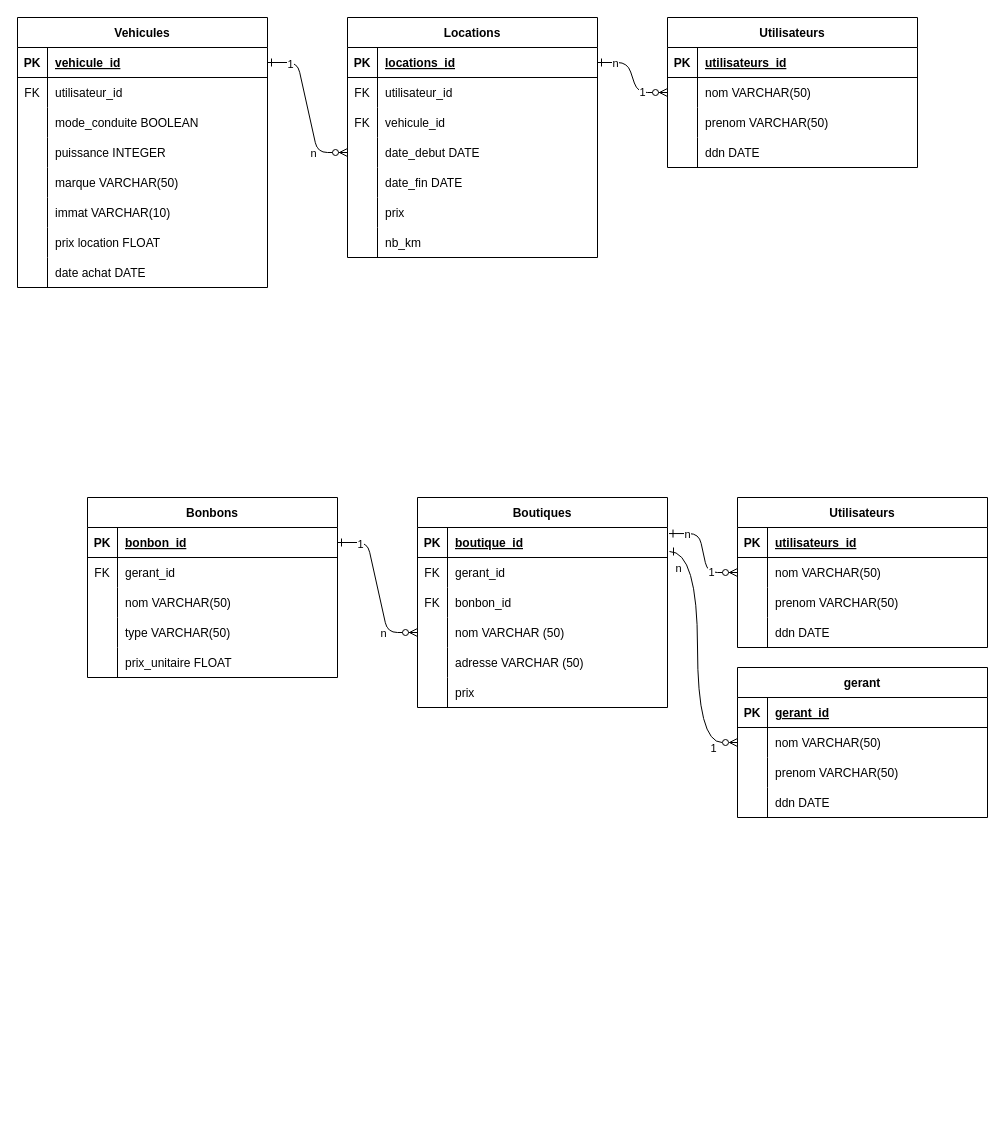
Earlier version of the draw.io diagram Diagramme sans nom.drawio (PingouinTrash/SAE-203-GitHub). Source tidied: cells renumbered, new cells numbered last; positions are measured from the earlier drawing's top-left corner, leaving out a move shared by most shapes. Both pictures are drawn from the tidied source at 100%, with x=0, y=0 at pixel (17, 17).
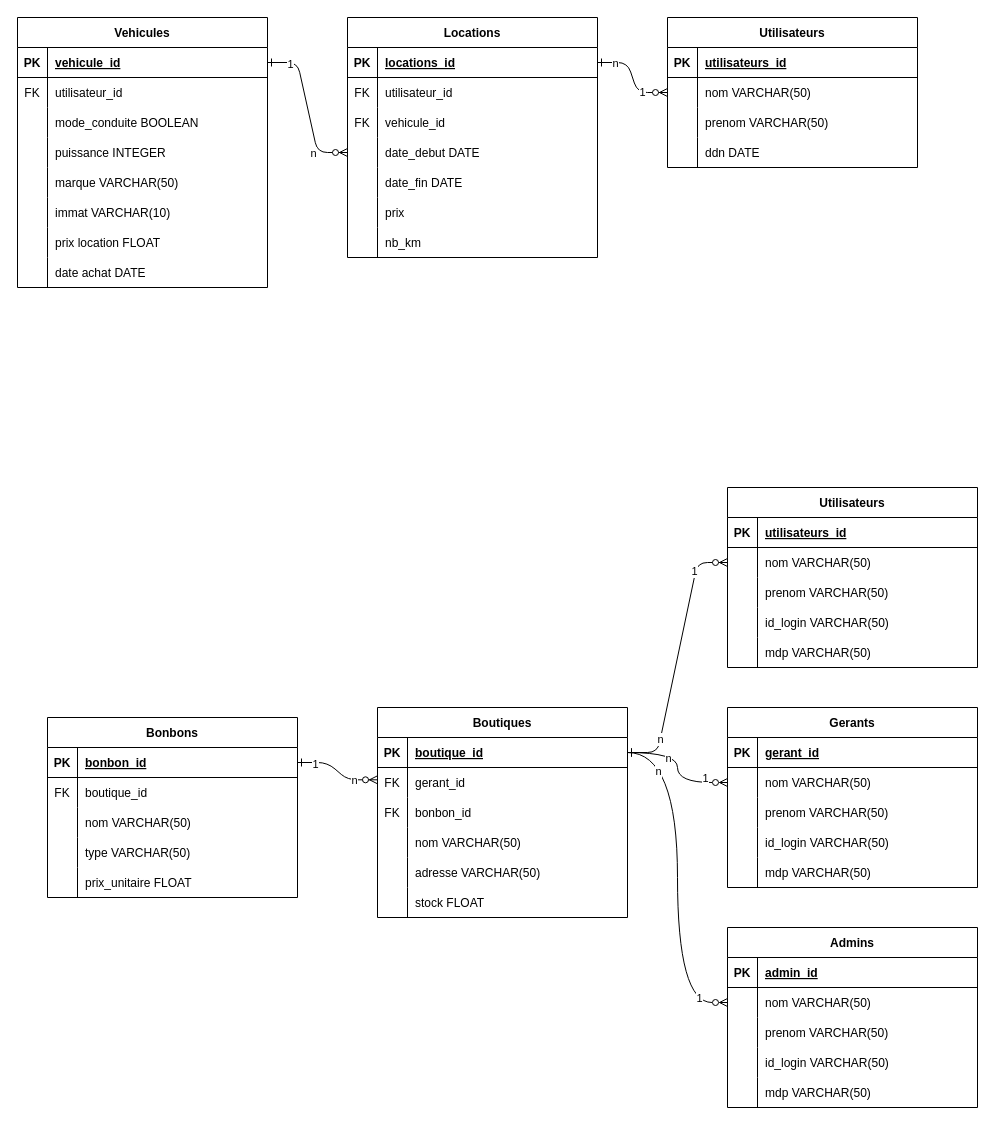
After the change.

Commit message:
Mettre à jour Diagramme sans nom.drawio

Unchanged cells that the change refers to:
```xml
<mxCell id="88" style="shape=partialRectangle;fillColor=none;points=[[0,0.5],[1,0.5]];portConstraint=eastwest;top=0;left=0;right=0;bottom=1;" parent="87" vertex="1">
  <mxGeometry y="30" width="250" height="30" as="geometry" />
</mxCell>
<mxCell id="91" style="shape=partialRectangle;fillColor=none;points=[[0,0.5],[1,0.5]];portConstraint=eastwest;top=0;left=0;right=0;bottom=0;" parent="87" vertex="1">
  <mxGeometry y="60" width="250" height="30" as="geometry" />
</mxCell>
<mxCell id="97" style="shape=partialRectangle;fillColor=none;points=[[0,0.5],[1,0.5]];portConstraint=eastwest;top=0;left=0;right=0;bottom=0;" parent="87" vertex="1">
  <mxGeometry y="120" width="250" height="30" as="geometry" />
</mxCell>
<mxCell id="100" style="shape=partialRectangle;fillColor=none;top=0;left=0;right=0;bottom=0;" parent="87" vertex="1">
  <mxGeometry y="150" width="250" height="30" as="geometry" />
</mxCell>
<mxCell id="103" style="shape=partialRectangle;fillColor=none;top=0;left=0;right=0;bottom=0;" parent="87" vertex="1">
  <mxGeometry y="180" width="250" height="30" as="geometry" />
</mxCell>
<mxCell id="107" style="shape=partialRectangle;fillColor=none;points=[[0,0.5],[1,0.5]];portConstraint=eastwest;top=0;left=0;right=0;bottom=1;" parent="106" vertex="1">
  <mxGeometry y="30" width="250" height="30" as="geometry" />
</mxCell>
<mxCell id="110" style="shape=partialRectangle;fillColor=none;top=0;left=0;right=0;bottom=0;" parent="106" vertex="1">
  <mxGeometry y="60" width="250" height="30" as="geometry" />
</mxCell>
<mxCell id="127" style="shape=partialRectangle;fillColor=none;points=[[0,0.5],[1,0.5]];portConstraint=eastwest;top=0;left=0;right=0;bottom=0;" parent="123" vertex="1">
  <mxGeometry y="60" width="250" height="30" as="geometry" />
</mxCell>
```

Change to the diagram source:
```diff
@@
-    <mxCell id="68" style="edgeStyle=entityRelationEdgeStyle;endArrow=ERzeroToMany;startArrow=ERone;endFill=1;startFill=0;exitX=1.006;exitY=0.202;exitDx=0;exitDy=0;entryX=0;entryY=0.5;entryDx=0;entryDy=0;exitPerimeter=0;" parent="1" edge="1" source="88" target="78">
+    <mxCell id="68" style="edgeStyle=entityRelationEdgeStyle;endArrow=ERzeroToMany;startArrow=ERone;endFill=1;startFill=0;entryX=0;entryY=0.5;entryDx=0;entryDy=0;exitX=1;exitY=0.5;exitDx=0;exitDy=0;" parent="1" edge="1" source="88" target="139">
       <mxGeometry relative="1" as="geometry" />
     </mxCell>
-    <mxCell id="69" value="n" style="edgeLabel;html=1;align=center;verticalAlign=middle;" parent="68" vertex="1">
-      <mxGeometry x="-0.82" relative="1" as="geometry">
-        <mxPoint x="9" as="offset" />
-      </mxGeometry>
-    </mxCell>
     <mxCell id="70" value="1" style="edgeLabel;html=1;align=center;verticalAlign=middle;" parent="68" vertex="1">
       <mxGeometry x="0.69" y="1" relative="1" as="geometry">
-        <mxPoint x="-11" as="offset" />
+        <mxPoint x="-1" as="offset" />
       </mxGeometry>
     </mxCell>
+    <mxCell id="138" value="n" style="edgeLabel;html=1;align=center;verticalAlign=middle;" parent="68" vertex="1">
+      <mxGeometry x="-0.65" relative="1" as="geometry" />
+    </mxCell>
-    <mxCell id="71" style="edgeStyle=entityRelationEdgeStyle;endArrow=ERzeroToMany;startArrow=ERone;endFill=1;startFill=0;exitX=1;exitY=0.5;exitDx=0;exitDy=0;" parent="1" edge="1" source="107" target="97">
+    <mxCell id="71" style="edgeStyle=entityRelationEdgeStyle;endArrow=ERzeroToMany;startArrow=ERone;endFill=1;startFill=0;exitX=1;exitY=0.5;exitDx=0;exitDy=0;entryX=0;entryY=0.41;entryDx=0;entryDy=0;entryPerimeter=0;" parent="1" edge="1" source="107" target="91">
       <mxGeometry relative="1" as="geometry" />
     </mxCell>
@@
     <mxCell id="74" value="Utilisateurs" style="shape=table;startSize=30;childLayout=tableLayout;rowLines=0;fontStyle=1;align=center;" parent="1" vertex="1">
-      <mxGeometry x="720" y="480" width="250" height="150" as="geometry" />
+      <mxGeometry x="710" y="470" width="250" height="180" as="geometry" />
     </mxCell>
@@
-    <mxCell id="78" style="shape=partialRectangle;fillColor=none;points=[[0,0.5],[1,0.5]];portConstraint=eastwest;top=0;left=0;right=0;bottom=0;" parent="74" vertex="1">
-      <mxGeometry y="60" width="250" height="30" as="geometry" />
-    </mxCell>
-    <mxCell id="79" style="shape=partialRectangle;overflow=hidden;fillColor=none;top=0;left=0;bottom=0;right=0;" parent="78" vertex="1">
-      <mxGeometry width="30" height="30" as="geometry" />
-    </mxCell>
-    <mxCell id="80" value="nom VARCHAR(50)" style="shape=partialRectangle;overflow=hidden;fillColor=none;top=0;left=0;bottom=0;right=0;align=left;spacingLeft=6;" parent="78" vertex="1">
-      <mxGeometry x="30" width="220" height="30" as="geometry" />
-    </mxCell>
+    <mxCell id="139" style="shape=partialRectangle;fillColor=none;points=[[0,0.5],[1,0.5]];portConstraint=eastwest;top=0;left=0;right=0;bottom=0;" parent="74" vertex="1">
+      <mxGeometry y="60" width="250" height="30" as="geometry" />
+    </mxCell>
+    <mxCell id="140" style="shape=partialRectangle;overflow=hidden;fillColor=none;top=0;left=0;bottom=0;right=0;" parent="139" vertex="1">
+      <mxGeometry width="30" height="30" as="geometry" />
+    </mxCell>
+    <mxCell id="141" value="nom VARCHAR(50)" style="shape=partialRectangle;overflow=hidden;fillColor=none;top=0;left=0;bottom=0;right=0;align=left;spacingLeft=6;" parent="139" vertex="1">
+      <mxGeometry x="30" width="220" height="30" as="geometry" />
+    </mxCell>
@@
-    <mxCell id="84" style="shape=partialRectangle;fillColor=none;top=0;left=0;right=0;bottom=0;" parent="74" vertex="1">
-      <mxGeometry y="120" width="250" height="30" as="geometry" />
-    </mxCell>
-    <mxCell id="85" style="shape=partialRectangle;overflow=hidden;fillColor=none;top=0;left=0;bottom=0;right=0;" parent="84" vertex="1">
-      <mxGeometry width="30" height="30" as="geometry" />
-    </mxCell>
-    <mxCell id="86" value="ddn DATE" style="shape=partialRectangle;overflow=hidden;fillColor=none;top=0;left=0;bottom=0;right=0;align=left;spacingLeft=6;" parent="84" vertex="1">
-      <mxGeometry x="30" width="220" height="30" as="geometry" />
-    </mxCell>
+    <mxCell id="142" style="shape=partialRectangle;fillColor=none;top=0;left=0;right=0;bottom=0;" parent="74" vertex="1">
+      <mxGeometry y="120" width="250" height="30" as="geometry" />
+    </mxCell>
+    <mxCell id="143" style="shape=partialRectangle;overflow=hidden;fillColor=none;top=0;left=0;bottom=0;right=0;" parent="142" vertex="1">
+      <mxGeometry width="30" height="30" as="geometry" />
+    </mxCell>
+    <mxCell id="144" value="id_login VARCHAR(50)" style="shape=partialRectangle;overflow=hidden;fillColor=none;top=0;left=0;bottom=0;right=0;align=left;spacingLeft=6;" parent="142" vertex="1">
+      <mxGeometry x="30" width="220" height="30" as="geometry" />
+    </mxCell>
+    <mxCell id="145" style="shape=partialRectangle;fillColor=none;top=0;left=0;right=0;bottom=0;" parent="74" vertex="1">
+      <mxGeometry y="150" width="250" height="30" as="geometry" />
+    </mxCell>
+    <mxCell id="146" style="shape=partialRectangle;overflow=hidden;fillColor=none;top=0;left=0;bottom=0;right=0;" parent="145" vertex="1">
+      <mxGeometry width="30" height="30" as="geometry" />
+    </mxCell>
+    <mxCell id="147" value="mdp VARCHAR(50) " style="shape=partialRectangle;overflow=hidden;fillColor=none;top=0;left=0;bottom=0;right=0;align=left;spacingLeft=6;" parent="145" vertex="1">
+      <mxGeometry x="30" width="220" height="30" as="geometry" />
+    </mxCell>
     <mxCell id="87" value="Boutiques" style="shape=table;startSize=30;childLayout=tableLayout;rowLines=0;fontStyle=1;align=center;" parent="1" vertex="1">
-      <mxGeometry x="400" y="480" width="250" height="210" as="geometry" />
+      <mxGeometry x="360" y="690" width="250" height="210" as="geometry" />
     </mxCell>
@@
-    <mxCell id="99" value="nom VARCHAR (50)" style="shape=partialRectangle;overflow=hidden;fillColor=none;top=0;left=0;bottom=0;right=0;align=left;spacingLeft=6;" parent="97" vertex="1">
+    <mxCell id="99" value="nom VARCHAR(50)" style="shape=partialRectangle;overflow=hidden;fillColor=none;top=0;left=0;bottom=0;right=0;align=left;spacingLeft=6;" parent="97" vertex="1">
       <mxGeometry x="30" width="220" height="30" as="geometry" />
     </mxCell>
@@
-    <mxCell id="102" value="adresse VARCHAR (50)" style="shape=partialRectangle;overflow=hidden;fillColor=none;top=0;left=0;bottom=0;right=0;align=left;spacingLeft=6;" parent="100" vertex="1">
+    <mxCell id="102" value="adresse VARCHAR(50)" style="shape=partialRectangle;overflow=hidden;fillColor=none;top=0;left=0;bottom=0;right=0;align=left;spacingLeft=6;" parent="100" vertex="1">
       <mxGeometry x="30" width="220" height="30" as="geometry" />
     </mxCell>
@@
-    <mxCell id="105" value="prix" style="shape=partialRectangle;overflow=hidden;fillColor=none;top=0;left=0;bottom=0;right=0;align=left;spacingLeft=6;" parent="103" vertex="1">
+    <mxCell id="105" value="stock FLOAT" style="shape=partialRectangle;overflow=hidden;fillColor=none;top=0;left=0;bottom=0;right=0;align=left;spacingLeft=6;" parent="103" vertex="1">
       <mxGeometry x="30" width="220" height="30" as="geometry" />
     </mxCell>
     <mxCell id="106" value="Bonbons" style="shape=table;startSize=30;childLayout=tableLayout;rowLines=0;fontStyle=1;align=center;" parent="1" vertex="1">
-      <mxGeometry x="70" y="480" width="250" height="180" as="geometry" />
+      <mxGeometry x="30" y="700" width="250" height="180" as="geometry" />
     </mxCell>
@@
-    <mxCell id="112" value="gerant_id" style="shape=partialRectangle;overflow=hidden;fillColor=none;top=0;left=0;bottom=0;right=0;align=left;spacingLeft=6;" parent="110" vertex="1">
+    <mxCell id="112" value="boutique_id" style="shape=partialRectangle;overflow=hidden;fillColor=none;top=0;left=0;bottom=0;right=0;align=left;spacingLeft=6;" parent="110" vertex="1">
       <mxGeometry x="30" width="220" height="30" as="geometry" />
     </mxCell>
@@
-    <mxCell id="122" value="1" style="edgeLabel;html=1;align=center;verticalAlign=middle;" parent="1" vertex="1">
-      <mxGeometry x="695.3" y="730" as="geometry" />
-    </mxCell>
-    <mxCell id="123" value="gerant" style="shape=table;startSize=30;childLayout=tableLayout;rowLines=0;fontStyle=1;align=center;" parent="1" vertex="1">
-      <mxGeometry x="720" y="650" width="250" height="150" as="geometry" />
+    <mxCell id="123" value="Gerants" style="shape=table;startSize=30;childLayout=tableLayout;rowLines=0;fontStyle=1;align=center;" parent="1" vertex="1">
+      <mxGeometry x="710" y="690" width="250" height="180" as="geometry" />
     </mxCell>
@@
-    <mxCell id="133" style="shape=partialRectangle;fillColor=none;top=0;left=0;right=0;bottom=0;" parent="123" vertex="1">
-      <mxGeometry y="120" width="250" height="30" as="geometry" />
-    </mxCell>
-    <mxCell id="134" style="shape=partialRectangle;overflow=hidden;fillColor=none;top=0;left=0;bottom=0;right=0;" parent="133" vertex="1">
-      <mxGeometry width="30" height="30" as="geometry" />
-    </mxCell>
-    <mxCell id="135" value="ddn DATE" style="shape=partialRectangle;overflow=hidden;fillColor=none;top=0;left=0;bottom=0;right=0;align=left;spacingLeft=6;" parent="133" vertex="1">
-      <mxGeometry x="30" width="220" height="30" as="geometry" />
-    </mxCell>
-    <mxCell id="136" style="edgeStyle=orthogonalEdgeStyle;rounded=0;jettySize=auto;html=1;exitX=0;exitY=0.5;exitDx=0;exitDy=0;curved=1;endArrow=ERone;endFill=0;startArrow=ERzeroToMany;startFill=0;" parent="1" edge="1" source="127">
-      <mxGeometry relative="1" as="geometry">
-        <mxPoint x="652" y="534" as="targetPoint" />
-        <Array as="points">
-          <mxPoint x="680" y="725" />
-          <mxPoint x="680" y="534" />
-        </Array>
-      </mxGeometry>
-    </mxCell>
-    <mxCell id="137" value="n" style="edgeLabel;html=1;align=center;verticalAlign=middle;" parent="136" vertex="1">
-      <mxGeometry x="1" y="-3" relative="1" as="geometry">
-        <mxPoint x="8" y="19" as="offset" />
-      </mxGeometry>
-    </mxCell>
+    <mxCell id="148" style="shape=partialRectangle;fillColor=none;top=0;left=0;right=0;bottom=0;" parent="123" vertex="1">
+      <mxGeometry y="120" width="250" height="30" as="geometry" />
+    </mxCell>
+    <mxCell id="149" style="shape=partialRectangle;overflow=hidden;fillColor=none;top=0;left=0;bottom=0;right=0;" parent="148" vertex="1">
+      <mxGeometry width="30" height="30" as="geometry" />
+    </mxCell>
+    <mxCell id="150" value="id_login VARCHAR(50) " style="shape=partialRectangle;overflow=hidden;fillColor=none;top=0;left=0;bottom=0;right=0;align=left;spacingLeft=6;" parent="148" vertex="1">
+      <mxGeometry x="30" width="220" height="30" as="geometry" />
+    </mxCell>
+    <mxCell id="151" style="shape=partialRectangle;fillColor=none;top=0;left=0;right=0;bottom=0;" parent="123" vertex="1">
+      <mxGeometry y="150" width="250" height="30" as="geometry" />
+    </mxCell>
+    <mxCell id="152" style="shape=partialRectangle;overflow=hidden;fillColor=none;top=0;left=0;bottom=0;right=0;" parent="151" vertex="1">
+      <mxGeometry width="30" height="30" as="geometry" />
+    </mxCell>
+    <mxCell id="153" value="mdp VARCHAR(50)" style="shape=partialRectangle;overflow=hidden;fillColor=none;top=0;left=0;bottom=0;right=0;align=left;spacingLeft=6;" parent="151" vertex="1">
+      <mxGeometry x="30" width="220" height="30" as="geometry" />
+    </mxCell>
+    <mxCell id="154" style="edgeStyle=orthogonalEdgeStyle;rounded=0;jettySize=auto;html=1;exitX=0;exitY=0.5;exitDx=0;exitDy=0;entryX=1;entryY=0.5;entryDx=0;entryDy=0;curved=1;endArrow=ERone;endFill=0;startArrow=ERzeroToMany;startFill=0;" parent="1" edge="1" source="127" target="88">
+      <mxGeometry relative="1" as="geometry" />
+    </mxCell>
+    <mxCell id="155" value="1" style="edgeLabel;html=1;align=center;verticalAlign=middle;" parent="154" vertex="1">
+      <mxGeometry x="-0.89" y="1" relative="1" as="geometry">
+        <mxPoint x="-16" y="-6" as="offset" />
+      </mxGeometry>
+    </mxCell>
+    <mxCell id="156" value="n" style="edgeLabel;html=1;align=center;verticalAlign=middle;" parent="154" vertex="1">
+      <mxGeometry x="0.39" y="5" relative="1" as="geometry" />
+    </mxCell>
+    <mxCell id="157" value="Admins" style="shape=table;startSize=30;childLayout=tableLayout;rowLines=0;fontStyle=1;align=center;" parent="1" vertex="1">
+      <mxGeometry x="710" y="910" width="250" height="180" as="geometry" />
+    </mxCell>
+    <mxCell id="158" style="shape=partialRectangle;fillColor=none;top=0;left=0;right=0;bottom=1;" parent="157" vertex="1">
+      <mxGeometry y="30" width="250" height="30" as="geometry" />
+    </mxCell>
+    <mxCell id="159" value="PK" style="shape=partialRectangle;overflow=hidden;fillColor=none;top=0;left=0;bottom=0;right=0;fontStyle=1;" parent="158" vertex="1">
+      <mxGeometry width="30" height="30" as="geometry" />
+    </mxCell>
+    <mxCell id="160" value="admin_id" style="shape=partialRectangle;overflow=hidden;fillColor=none;top=0;left=0;bottom=0;right=0;align=left;spacingLeft=6;fontStyle=5;" parent="158" vertex="1">
+      <mxGeometry x="30" width="220" height="30" as="geometry" />
+    </mxCell>
+    <mxCell id="161" style="shape=partialRectangle;fillColor=none;points=[[0,0.5],[1,0.5]];portConstraint=eastwest;top=0;left=0;right=0;bottom=0;" parent="157" vertex="1">
+      <mxGeometry y="60" width="250" height="30" as="geometry" />
+    </mxCell>
+    <mxCell id="162" style="shape=partialRectangle;overflow=hidden;fillColor=none;top=0;left=0;bottom=0;right=0;" parent="161" vertex="1">
+      <mxGeometry width="30" height="30" as="geometry" />
+    </mxCell>
+    <mxCell id="163" value="nom VARCHAR(50)" style="shape=partialRectangle;overflow=hidden;fillColor=none;top=0;left=0;bottom=0;right=0;align=left;spacingLeft=6;" parent="161" vertex="1">
+      <mxGeometry x="30" width="220" height="30" as="geometry" />
+    </mxCell>
+    <mxCell id="164" style="shape=partialRectangle;fillColor=none;top=0;left=0;right=0;bottom=0;" parent="157" vertex="1">
+      <mxGeometry y="90" width="250" height="30" as="geometry" />
+    </mxCell>
+    <mxCell id="165" style="shape=partialRectangle;overflow=hidden;fillColor=none;top=0;left=0;bottom=0;right=0;" parent="164" vertex="1">
+      <mxGeometry width="30" height="30" as="geometry" />
+    </mxCell>
+    <mxCell id="166" value="prenom VARCHAR(50)" style="shape=partialRectangle;overflow=hidden;fillColor=none;top=0;left=0;bottom=0;right=0;align=left;spacingLeft=6;" parent="164" vertex="1">
+      <mxGeometry x="30" width="220" height="30" as="geometry" />
+    </mxCell>
+    <mxCell id="167" style="shape=partialRectangle;fillColor=none;top=0;left=0;right=0;bottom=0;" parent="157" vertex="1">
+      <mxGeometry y="120" width="250" height="30" as="geometry" />
+    </mxCell>
+    <mxCell id="168" style="shape=partialRectangle;overflow=hidden;fillColor=none;top=0;left=0;bottom=0;right=0;" parent="167" vertex="1">
+      <mxGeometry width="30" height="30" as="geometry" />
+    </mxCell>
+    <mxCell id="169" value="id_login VARCHAR(50) " style="shape=partialRectangle;overflow=hidden;fillColor=none;top=0;left=0;bottom=0;right=0;align=left;spacingLeft=6;" parent="167" vertex="1">
+      <mxGeometry x="30" width="220" height="30" as="geometry" />
+    </mxCell>
+    <mxCell id="170" style="shape=partialRectangle;fillColor=none;top=0;left=0;right=0;bottom=0;" parent="157" vertex="1">
+      <mxGeometry y="150" width="250" height="30" as="geometry" />
+    </mxCell>
+    <mxCell id="171" style="shape=partialRectangle;overflow=hidden;fillColor=none;top=0;left=0;bottom=0;right=0;" parent="170" vertex="1">
+      <mxGeometry width="30" height="30" as="geometry" />
+    </mxCell>
+    <mxCell id="172" value="mdp VARCHAR(50)" style="shape=partialRectangle;overflow=hidden;fillColor=none;top=0;left=0;bottom=0;right=0;align=left;spacingLeft=6;" parent="170" vertex="1">
+      <mxGeometry x="30" width="220" height="30" as="geometry" />
+    </mxCell>
+    <mxCell id="173" style="edgeStyle=orthogonalEdgeStyle;rounded=0;jettySize=auto;html=1;exitX=0;exitY=0.5;exitDx=0;exitDy=0;curved=1;endArrow=ERone;endFill=0;startArrow=ERzeroToMany;startFill=0;entryX=1;entryY=0.5;entryDx=0;entryDy=0;" parent="1" edge="1" source="161" target="88">
+      <mxGeometry relative="1" as="geometry" />
+    </mxCell>
+    <mxCell id="174" value="1" style="edgeLabel;html=1;align=center;verticalAlign=middle;" parent="173" vertex="1">
+      <mxGeometry x="-0.89" y="1" relative="1" as="geometry">
+        <mxPoint x="-10" y="-6" as="offset" />
+      </mxGeometry>
+    </mxCell>
+    <mxCell id="175" value="n" style="edgeLabel;html=1;align=center;verticalAlign=middle;" parent="173" vertex="1">
+      <mxGeometry x="0.83" y="18" relative="1" as="geometry" />
+    </mxCell>
```
